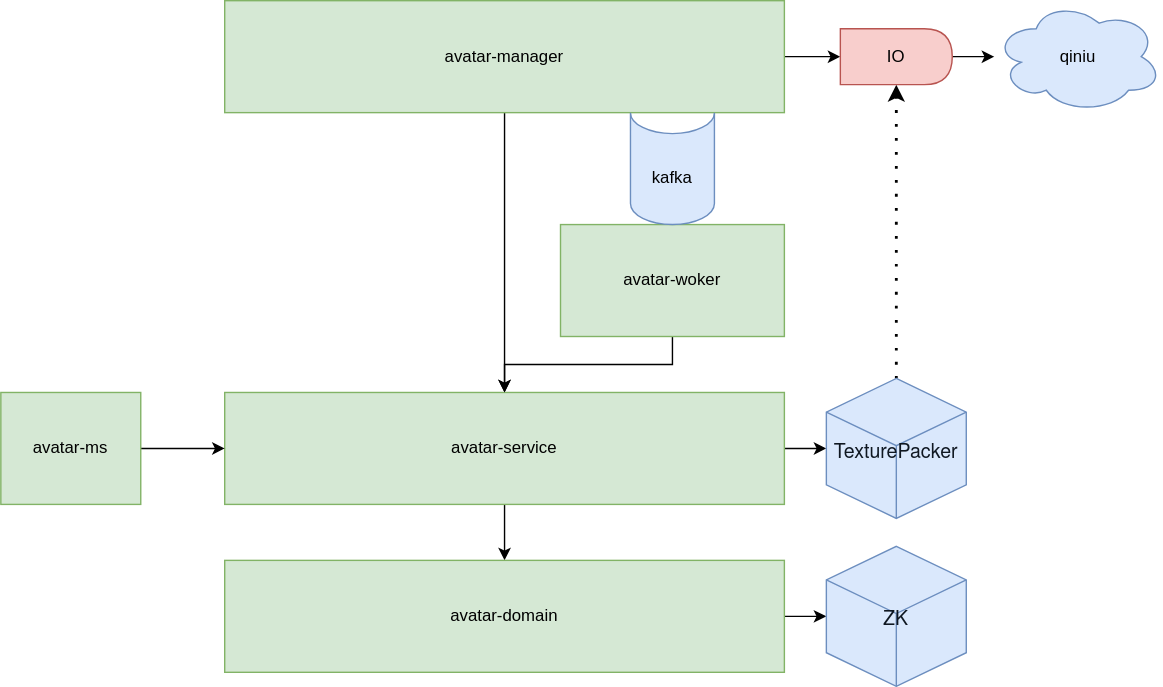
This is avatar_conf_tool.drawio.svg from fsdmp/diagrams, a draw.io export, as it was before one commit. Source tidied: cells renumbered, new cells last; positions are measured from the earlier drawing's top-left corner, leaving out a move shared by most shapes.
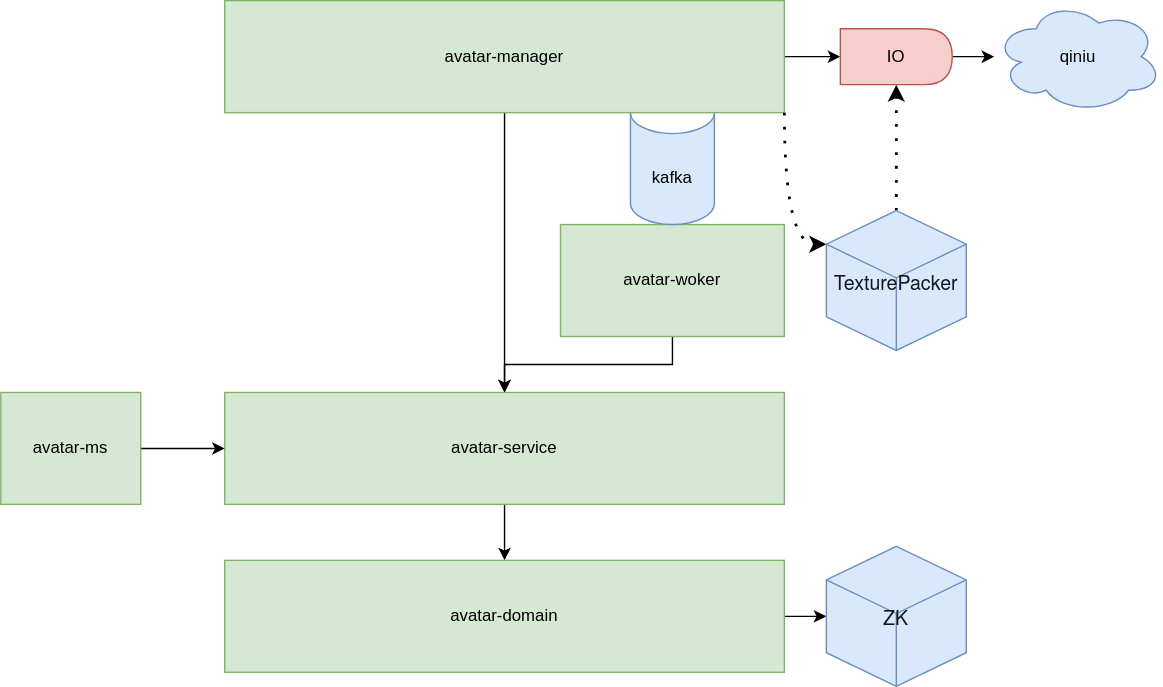
Above is the later version.

The edit, as a diff of the source:
```diff
@@ -11,9 +11,6 @@
     <mxCell id="4" value="avatar-manager" style="rounded=0;whiteSpace=wrap;html=1;fillColor=#d5e8d4;strokeColor=#82b366;" parent="1" vertex="1">
       <mxGeometry x="160" width="400" height="80" as="geometry" />
     </mxCell>
-    <mxCell id="5" style="edgeStyle=orthogonalEdgeStyle;rounded=0;jettySize=auto;html=1;" parent="1" edge="1" source="7" target="14">
-      <mxGeometry relative="1" as="geometry" />
-    </mxCell>
     <mxCell id="6" style="edgeStyle=orthogonalEdgeStyle;rounded=0;jettySize=auto;html=1;" parent="1" edge="1" source="7" target="9">
       <mxGeometry relative="1" as="geometry" />
     </mxCell>
@@ -39,7 +36,7 @@
       <mxGeometry relative="1" as="geometry" />
     </mxCell>
     <mxCell id="14" value="&lt;p class=&quot;p1&quot; style=&quot;margin: 0px ; font-stretch: normal ; font-size: 14px ; line-height: normal ; font-family: &amp;#34;helvetica neue&amp;#34; ; color: rgb(15 , 23 , 33)&quot;&gt;TexturePacker&lt;/p&gt;" style="whiteSpace=wrap;html=1;shape=mxgraph.basic.isocube;isoAngle=15;fillColor=#dae8fc;strokeColor=#6c8ebf;" parent="1" vertex="1">
-      <mxGeometry x="590" y="270" width="100" height="100" as="geometry" />
+      <mxGeometry x="590" y="150" width="100" height="100" as="geometry" />
     </mxCell>
     <mxCell id="15" value="qiniu" style="ellipse;shape=cloud;whiteSpace=wrap;html=1;fillColor=#dae8fc;strokeColor=#6c8ebf;" parent="1" vertex="1">
       <mxGeometry x="710" width="120" height="80" as="geometry" />
@@ -59,5 +56,8 @@
     <mxCell id="20" value="avatar-ms" style="rounded=0;whiteSpace=wrap;html=1;fillColor=#d5e8d4;strokeColor=#82b366;" parent="1" vertex="1">
       <mxGeometry y="280" width="100" height="80" as="geometry" />
     </mxCell>
+    <mxCell id="21" style="edgeStyle=orthogonalEdgeStyle;curved=1;rounded=0;jettySize=auto;html=1;entryX=0;entryY=0;entryDx=0;entryDy=24.0078759080116;dashed=1;elbow=vertical;strokeWidth=2;dashPattern=1 4;exitX=1;exitY=1;exitDx=0;exitDy=0;entryPerimeter=0;" parent="1" edge="1" source="4" target="14">
+      <mxGeometry relative="1" as="geometry" />
+    </mxCell>
   </root>
 </mxGraphModel>
```
